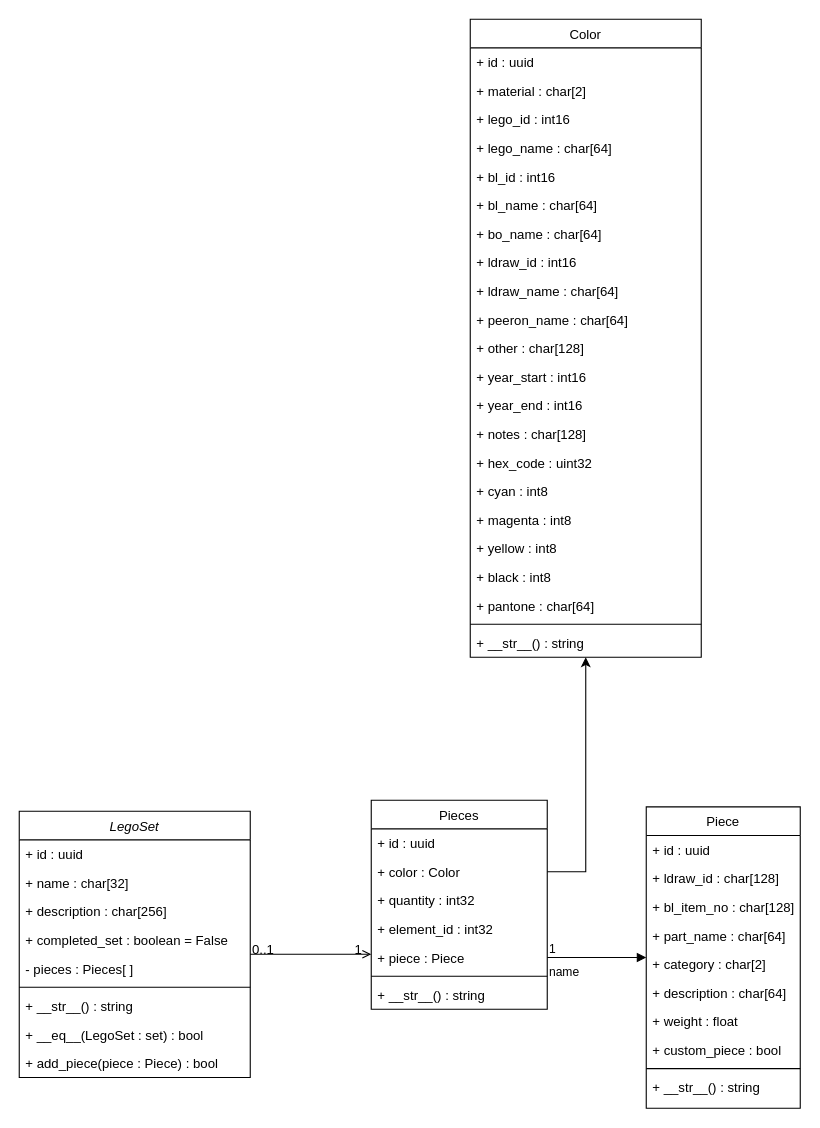
The draw.io diagram docs/Lego_Set_UML.drawio in LilDataMonster/Brixilated-Server, before the edit. Source tidied: cells renumbered, new cells numbered last; positions are measured from the earlier drawing's top-left corner, leaving out a move shared by most shapes. Both pictures are drawn from the tidied source at 110%, with x=0, y=0 at pixel (19, 19).
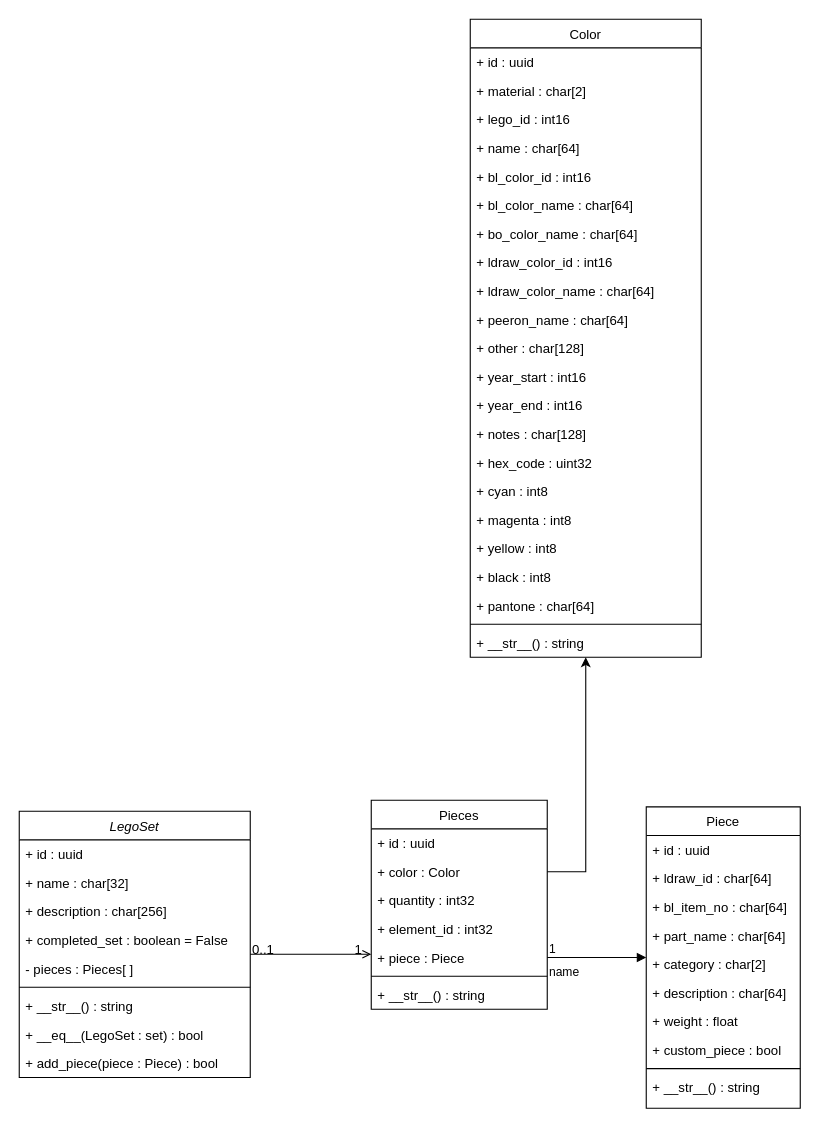
The same diagram, later.

Unchanged cells that the change refers to:
```xml
<mxCell id="23" value="Piece" style="swimlane;fontStyle=0;align=center;verticalAlign=top;horizontal=1;startSize=26;rounded=0;shadow=0;strokeWidth=1;" parent="1" vertex="1">
  <mxGeometry x="570" y="716" width="140" height="274" as="geometry" />
</mxCell>
<mxCell id="36" value="Color" style="swimlane;fontStyle=0;align=center;verticalAlign=top;horizontal=1;startSize=26;rounded=0;shadow=0;strokeWidth=1;" parent="1" vertex="1">
  <mxGeometry x="410" width="210" height="580" as="geometry" />
</mxCell>
```

What changed in the source:
```diff
@@
-    <mxCell id="25" value="+ ldraw_id : char[128]" style="text;align=left;verticalAlign=top;spacingLeft=4;spacingRight=4;overflow=hidden;rounded=0;shadow=0;html=0;" parent="23" vertex="1">
+    <mxCell id="25" value="+ ldraw_id : char[64]" style="text;align=left;verticalAlign=top;spacingLeft=4;spacingRight=4;overflow=hidden;rounded=0;shadow=0;html=0;" parent="23" vertex="1">
       <mxGeometry y="52" width="140" height="26" as="geometry" />
     </mxCell>
-    <mxCell id="26" value="+ bl_item_no : char[128]" style="text;align=left;verticalAlign=top;spacingLeft=4;spacingRight=4;overflow=hidden;rounded=0;shadow=0;html=0;" parent="23" vertex="1">
+    <mxCell id="26" value="+ bl_item_no : char[64]" style="text;align=left;verticalAlign=top;spacingLeft=4;spacingRight=4;overflow=hidden;rounded=0;shadow=0;html=0;" parent="23" vertex="1">
       <mxGeometry y="78" width="140" height="26" as="geometry" />
     </mxCell>
@@
-    <mxCell id="40" value="+ lego_name : char[64]" style="text;align=left;verticalAlign=top;spacingLeft=4;spacingRight=4;overflow=hidden;rounded=0;shadow=0;html=0;" parent="36" vertex="1">
+    <mxCell id="40" value="+ name : char[64]" style="text;align=left;verticalAlign=top;spacingLeft=4;spacingRight=4;overflow=hidden;rounded=0;shadow=0;html=0;" parent="36" vertex="1">
       <mxGeometry y="104" width="210" height="26" as="geometry" />
     </mxCell>
-    <mxCell id="41" value="+ bl_id : int16" style="text;align=left;verticalAlign=top;spacingLeft=4;spacingRight=4;overflow=hidden;rounded=0;shadow=0;html=0;" parent="36" vertex="1">
+    <mxCell id="41" value="+ bl_color_id : int16" style="text;align=left;verticalAlign=top;spacingLeft=4;spacingRight=4;overflow=hidden;rounded=0;shadow=0;html=0;" parent="36" vertex="1">
       <mxGeometry y="130" width="210" height="26" as="geometry" />
     </mxCell>
-    <mxCell id="42" value="+ bl_name : char[64]" style="text;align=left;verticalAlign=top;spacingLeft=4;spacingRight=4;overflow=hidden;rounded=0;shadow=0;html=0;" parent="36" vertex="1">
+    <mxCell id="42" value="+ bl_color_name : char[64]" style="text;align=left;verticalAlign=top;spacingLeft=4;spacingRight=4;overflow=hidden;rounded=0;shadow=0;html=0;" parent="36" vertex="1">
       <mxGeometry y="156" width="210" height="26" as="geometry" />
     </mxCell>
-    <mxCell id="43" value="+ bo_name : char[64]" style="text;align=left;verticalAlign=top;spacingLeft=4;spacingRight=4;overflow=hidden;rounded=0;shadow=0;html=0;" parent="36" vertex="1">
+    <mxCell id="43" value="+ bo_color_name : char[64]" style="text;align=left;verticalAlign=top;spacingLeft=4;spacingRight=4;overflow=hidden;rounded=0;shadow=0;html=0;" parent="36" vertex="1">
       <mxGeometry y="182" width="210" height="26" as="geometry" />
     </mxCell>
-    <mxCell id="44" value="+ ldraw_id : int16" style="text;align=left;verticalAlign=top;spacingLeft=4;spacingRight=4;overflow=hidden;rounded=0;shadow=0;html=0;" parent="36" vertex="1">
+    <mxCell id="44" value="+ ldraw_color_id : int16" style="text;align=left;verticalAlign=top;spacingLeft=4;spacingRight=4;overflow=hidden;rounded=0;shadow=0;html=0;" parent="36" vertex="1">
       <mxGeometry y="208" width="210" height="26" as="geometry" />
     </mxCell>
-    <mxCell id="45" value="+ ldraw_name : char[64]" style="text;align=left;verticalAlign=top;spacingLeft=4;spacingRight=4;overflow=hidden;rounded=0;shadow=0;html=0;" parent="36" vertex="1">
+    <mxCell id="45" value="+ ldraw_color_name : char[64]" style="text;align=left;verticalAlign=top;spacingLeft=4;spacingRight=4;overflow=hidden;rounded=0;shadow=0;html=0;" parent="36" vertex="1">
       <mxGeometry y="234" width="210" height="26" as="geometry" />
     </mxCell>
```
